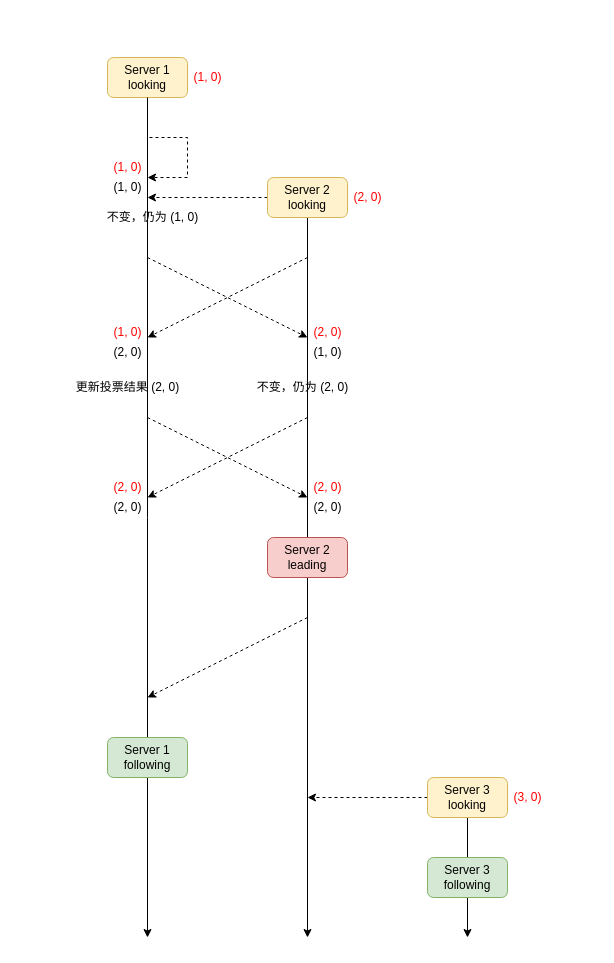
Before: develop-stack/bigdata/zookeeper/zookeeper_elector_new.drawio in sciatta/draw, a draw.io diagram. Source tidied: cells renumbered, new cells numbered last; positions are measured from the earlier drawing's top-left corner, leaving out a move shared by most shapes. Both pictures are drawn from the tidied source at 100%, with x=0, y=0 at pixel (67, 57).
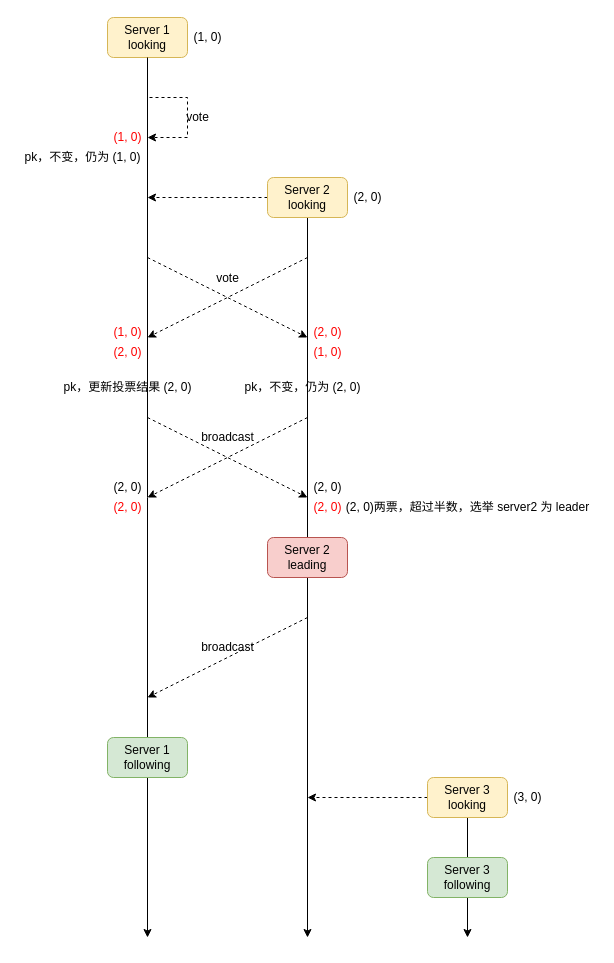
The same page after the edit.

Commit message:
zookeeper elector new review

Diff of the diagram source:
```diff
@@
-    <mxCell id="2" style="edgeStyle=orthogonalEdgeStyle;rounded=0;orthogonalLoop=1;jettySize=auto;html=1;dashed=1;" parent="1" edge="1">
+    <mxCell id="2" style="edgeStyle=orthogonalEdgeStyle;rounded=0;orthogonalLoop=1;jettySize=auto;html=1;dashed=1;fontColor=#000000;" parent="1" edge="1">
       <mxGeometry relative="1" as="geometry">
-        <mxPoint x="80" y="90" as="sourcePoint" />
-        <mxPoint x="80" y="120" as="targetPoint" />
+        <mxPoint x="80" y="50" as="sourcePoint" />
+        <mxPoint x="80" y="80" as="targetPoint" />
         <Array as="points">
-          <mxPoint x="80" y="80" />
+          <mxPoint x="80" y="40" />
+          <mxPoint x="120" y="40" />
           <mxPoint x="120" y="80" />
-          <mxPoint x="120" y="120" />
         </Array>
       </mxGeometry>
     </mxCell>
-    <mxCell id="3" value="Server 1&lt;br&gt;looking" style="rounded=1;whiteSpace=wrap;html=1;fillColor=#fff2cc;strokeColor=#d6b656;" parent="1" vertex="1">
-      <mxGeometry x="40" width="80" height="40" as="geometry" />
+    <mxCell id="3" value="Server 1&lt;br&gt;looking" style="rounded=1;whiteSpace=wrap;html=1;fillColor=#fff2cc;strokeColor=#d6b656;fontColor=#000000;" parent="1" vertex="1">
+      <mxGeometry x="40" y="-40" width="80" height="40" as="geometry" />
     </mxCell>
-    <mxCell id="4" style="edgeStyle=orthogonalEdgeStyle;rounded=0;jettySize=auto;html=1;" parent="1" edge="1" source="6">
+    <mxCell id="4" style="edgeStyle=orthogonalEdgeStyle;rounded=0;jettySize=auto;html=1;fontColor=#000000;" parent="1" edge="1" source="6">
       <mxGeometry relative="1" as="geometry">
         <mxPoint x="240" y="880" as="targetPoint" />
       </mxGeometry>
     </mxCell>
-    <mxCell id="5" style="edgeStyle=orthogonalEdgeStyle;rounded=0;jettySize=auto;html=1;fontColor=#FF0000;dashed=1;" parent="1" edge="1" source="6">
+    <mxCell id="5" style="edgeStyle=orthogonalEdgeStyle;rounded=0;jettySize=auto;html=1;fontColor=#000000;dashed=1;" parent="1" edge="1" source="6">
       <mxGeometry relative="1" as="geometry">
         <mxPoint x="80" y="140" as="targetPoint" />
       </mxGeometry>
     </mxCell>
-    <mxCell id="6" value="Server 2&lt;br&gt;looking" style="rounded=1;whiteSpace=wrap;html=1;fillColor=#fff2cc;strokeColor=#d6b656;" parent="1" vertex="1">
+    <mxCell id="6" value="Server 2&lt;br&gt;looking" style="rounded=1;whiteSpace=wrap;html=1;fillColor=#fff2cc;strokeColor=#d6b656;fontColor=#000000;" parent="1" vertex="1">
       <mxGeometry x="200" y="120" width="80" height="40" as="geometry" />
     </mxCell>
-    <mxCell id="7" style="edgeStyle=orthogonalEdgeStyle;rounded=0;jettySize=auto;html=1;fontColor=#FF0000;" parent="1" edge="1" source="9">
+    <mxCell id="7" style="edgeStyle=orthogonalEdgeStyle;rounded=0;jettySize=auto;html=1;fontColor=#000000;" parent="1" edge="1" source="9">
       <mxGeometry relative="1" as="geometry">
         <mxPoint x="400" y="880" as="targetPoint" />
       </mxGeometry>
     </mxCell>
-    <mxCell id="8" style="edgeStyle=orthogonalEdgeStyle;rounded=0;jettySize=auto;html=1;dashed=1;fontColor=#FF0000;" parent="1" edge="1" source="9">
+    <mxCell id="8" style="edgeStyle=orthogonalEdgeStyle;rounded=0;jettySize=auto;html=1;dashed=1;fontColor=#000000;" parent="1" edge="1" source="9">
       <mxGeometry relative="1" as="geometry">
         <mxPoint x="240" y="740" as="targetPoint" />
       </mxGeometry>
     </mxCell>
-    <mxCell id="9" value="Server 3&lt;br&gt;looking" style="rounded=1;whiteSpace=wrap;html=1;fillColor=#fff2cc;strokeColor=#d6b656;" parent="1" vertex="1">
+    <mxCell id="9" value="Server 3&lt;br&gt;looking" style="rounded=1;whiteSpace=wrap;html=1;fillColor=#fff2cc;strokeColor=#d6b656;fontColor=#000000;" parent="1" vertex="1">
       <mxGeometry x="360" y="720" width="80" height="40" as="geometry" />
     </mxCell>
-    <mxCell id="10" value="(1, 0)" style="text;html=1;align=center;verticalAlign=middle;fontColor=#FF0000;" parent="1" vertex="1">
-      <mxGeometry x="120" y="10" width="40" height="20" as="geometry" />
+    <mxCell id="10" value="(1, 0)" style="text;html=1;align=center;verticalAlign=middle;fontColor=#000000;" parent="1" vertex="1">
+      <mxGeometry x="120" y="-30" width="40" height="20" as="geometry" />
     </mxCell>
-    <mxCell id="11" value="(3, 0)" style="text;html=1;align=center;verticalAlign=middle;fontColor=#FF0000;" parent="1" vertex="1">
+    <mxCell id="11" value="(3, 0)" style="text;html=1;align=center;verticalAlign=middle;fontColor=#000000;" parent="1" vertex="1">
       <mxGeometry x="440" y="730" width="40" height="20" as="geometry" />
     </mxCell>
-    <mxCell id="12" value="(2, 0)" style="text;html=1;align=center;verticalAlign=middle;fontColor=#FF0000;" parent="1" vertex="1">
+    <mxCell id="12" value="(2, 0)" style="text;html=1;align=center;verticalAlign=middle;fontColor=#000000;" parent="1" vertex="1">
       <mxGeometry x="280" y="130" width="40" height="20" as="geometry" />
     </mxCell>
-    <mxCell id="13" style="endArrow=classic;html=1;dashed=1;" parent="1" edge="1">
+    <mxCell id="13" style="endArrow=classic;html=1;dashed=1;fontColor=#000000;" parent="1" edge="1">
       <mxGeometry relative="1" as="geometry">
         <mxPoint x="240" y="200" as="sourcePoint" />
         <mxPoint x="80" y="280" as="targetPoint" />
       </mxGeometry>
     </mxCell>
-    <mxCell id="14" style="endArrow=classic;html=1;dashed=1;" parent="1" edge="1">
+    <mxCell id="14" style="endArrow=classic;html=1;dashed=1;fontColor=#000000;" parent="1" edge="1">
       <mxGeometry relative="1" as="geometry">
         <mxPoint x="80" y="200" as="sourcePoint" />
         <mxPoint x="240" y="280" as="targetPoint" />
       </mxGeometry>
     </mxCell>
@@
-    <mxCell id="17" value="更新投票结果 (2, 0)" style="text;html=1;align=center;verticalAlign=middle;" parent="1" vertex="1">
-      <mxGeometry y="320" width="120" height="20" as="geometry" />
+    <mxCell id="17" value="pk，更新投票结果 (2, 0)" style="text;html=1;align=center;verticalAlign=middle;fontColor=#000000;" parent="1" vertex="1">
+      <mxGeometry x="-10" y="320" width="140" height="20" as="geometry" />
     </mxCell>
-    <mxCell id="18" value="(2, 0)" style="text;html=1;align=center;verticalAlign=middle;" parent="1" vertex="1">
+    <mxCell id="18" value="(2, 0)" style="text;html=1;align=center;verticalAlign=middle;fontColor=#FF0000;" parent="1" vertex="1">
       <mxGeometry x="40" y="285" width="40" height="20" as="geometry" />
     </mxCell>
-    <mxCell id="19" value="(1, 0)" style="text;html=1;align=center;verticalAlign=middle;" parent="1" vertex="1">
+    <mxCell id="19" value="(1, 0)" style="text;html=1;align=center;verticalAlign=middle;fontColor=#FF0000;" parent="1" vertex="1">
       <mxGeometry x="240" y="285" width="40" height="20" as="geometry" />
     </mxCell>
-    <mxCell id="20" value="不变，仍为 (2, 0)" style="text;html=1;align=center;verticalAlign=middle;fontColor=#000000;" parent="1" vertex="1">
-      <mxGeometry x="180" y="320" width="110" height="20" as="geometry" />
+    <mxCell id="20" value="pk，不变，仍为 (2, 0)" style="text;html=1;align=center;verticalAlign=middle;fontColor=#000000;" parent="1" vertex="1">
+      <mxGeometry x="170" y="320" width="130" height="20" as="geometry" />
     </mxCell>
-    <mxCell id="21" style="endArrow=classic;html=1;dashed=1;" parent="1" edge="1">
+    <mxCell id="21" style="endArrow=classic;html=1;dashed=1;fontColor=#000000;" parent="1" edge="1">
       <mxGeometry relative="1" as="geometry">
         <mxPoint x="80" y="360" as="sourcePoint" />
         <mxPoint x="240" y="440" as="targetPoint" />
       </mxGeometry>
     </mxCell>
-    <mxCell id="22" style="endArrow=classic;html=1;dashed=1;" parent="1" edge="1">
+    <mxCell id="22" style="endArrow=classic;html=1;dashed=1;fontColor=#000000;" parent="1" edge="1">
       <mxGeometry relative="1" as="geometry">
         <mxPoint x="240" y="360" as="sourcePoint" />
         <mxPoint x="80" y="440" as="targetPoint" />
       </mxGeometry>
     </mxCell>
-    <mxCell id="23" value="(2, 0)" style="text;html=1;align=center;verticalAlign=middle;fontColor=#FF0000;" parent="1" vertex="1">
+    <mxCell id="23" value="(2, 0)" style="text;html=1;align=center;verticalAlign=middle;fontColor=#000000;" parent="1" vertex="1">
       <mxGeometry x="40" y="420" width="40" height="20" as="geometry" />
     </mxCell>
-    <mxCell id="24" value="(2, 0)" style="text;html=1;align=center;verticalAlign=middle;" parent="1" vertex="1">
+    <mxCell id="24" value="(2, 0)" style="text;html=1;align=center;verticalAlign=middle;fontColor=#FF0000;" parent="1" vertex="1">
       <mxGeometry x="40" y="440" width="40" height="20" as="geometry" />
     </mxCell>
-    <mxCell id="25" value="(2, 0)" style="text;html=1;align=center;verticalAlign=middle;" parent="1" vertex="1">
+    <mxCell id="25" value="(2, 0)" style="text;html=1;align=center;verticalAlign=middle;fontColor=#FF0000;" parent="1" vertex="1">
       <mxGeometry x="240" y="440" width="40" height="20" as="geometry" />
     </mxCell>
-    <mxCell id="26" value="(2, 0)" style="text;html=1;align=center;verticalAlign=middle;fontColor=#FF0000;" parent="1" vertex="1">
+    <mxCell id="26" value="(2, 0)" style="text;html=1;align=center;verticalAlign=middle;fontColor=#000000;" parent="1" vertex="1">
       <mxGeometry x="240" y="420" width="40" height="20" as="geometry" />
     </mxCell>
     <mxCell id="27" value="(1, 0)" style="text;html=1;align=center;verticalAlign=middle;fontColor=#FF0000;" parent="1" vertex="1">
-      <mxGeometry x="40" y="100" width="40" height="20" as="geometry" />
+      <mxGeometry x="40" y="70" width="40" height="20" as="geometry" />
     </mxCell>
-    <mxCell id="28" value="(1, 0)" style="text;html=1;align=center;verticalAlign=middle;" parent="1" vertex="1">
-      <mxGeometry x="40" y="120" width="40" height="20" as="geometry" />
-    </mxCell>
-    <mxCell id="29" value="不变，仍为 (1, 0)" style="text;html=1;align=center;verticalAlign=middle;fontColor=#000000;" parent="1" vertex="1">
-      <mxGeometry x="30" y="150" width="110" height="20" as="geometry" />
+    <mxCell id="29" value="pk，不变，仍为 (1, 0)" style="text;html=1;align=center;verticalAlign=middle;fontColor=#000000;" parent="1" vertex="1">
+      <mxGeometry x="-50" y="90" width="130" height="20" as="geometry" />
     </mxCell>
-    <mxCell id="30" value="Server 2&lt;br&gt;leading" style="rounded=1;whiteSpace=wrap;html=1;fillColor=#f8cecc;strokeColor=#b85450;" parent="1" vertex="1">
+    <mxCell id="30" value="Server 2&lt;br&gt;leading" style="rounded=1;whiteSpace=wrap;html=1;fillColor=#f8cecc;strokeColor=#b85450;fontColor=#000000;" parent="1" vertex="1">
       <mxGeometry x="200" y="480" width="80" height="40" as="geometry" />
     </mxCell>
-    <mxCell id="31" style="endArrow=classic;html=1;dashed=1;" parent="1" edge="1">
+    <mxCell id="31" style="endArrow=classic;html=1;dashed=1;fontColor=#000000;" parent="1" edge="1">
       <mxGeometry relative="1" as="geometry">
         <mxPoint x="240" y="560" as="sourcePoint" />
         <mxPoint x="80" y="640" as="targetPoint" />
       </mxGeometry>
     </mxCell>
-    <mxCell id="32" style="edgeStyle=orthogonalEdgeStyle;rounded=0;jettySize=auto;html=1;" parent="1" edge="1" source="3">
+    <mxCell id="32" style="edgeStyle=orthogonalEdgeStyle;rounded=0;jettySize=auto;html=1;fontColor=#000000;" parent="1" edge="1" source="3">
       <mxGeometry relative="1" as="geometry">
         <mxPoint x="80" y="880" as="targetPoint" />
       </mxGeometry>
     </mxCell>
-    <mxCell id="33" value="Server 1&lt;br&gt;following" style="rounded=1;whiteSpace=wrap;html=1;fillColor=#d5e8d4;strokeColor=#82b366;" parent="1" vertex="1">
+    <mxCell id="33" value="Server 1&lt;br&gt;following" style="rounded=1;whiteSpace=wrap;html=1;fillColor=#d5e8d4;strokeColor=#82b366;fontColor=#000000;" parent="1" vertex="1">
       <mxGeometry x="40" y="680" width="80" height="40" as="geometry" />
     </mxCell>
-    <mxCell id="34" value="Server 3&lt;br&gt;following" style="rounded=1;whiteSpace=wrap;html=1;fillColor=#d5e8d4;strokeColor=#82b366;" parent="1" vertex="1">
+    <mxCell id="34" value="Server 3&lt;br&gt;following" style="rounded=1;whiteSpace=wrap;html=1;fillColor=#d5e8d4;strokeColor=#82b366;fontColor=#000000;" parent="1" vertex="1">
       <mxGeometry x="360" y="800" width="80" height="40" as="geometry" />
     </mxCell>
+    <mxCell id="35" value="vote" style="text;html=1;align=center;verticalAlign=middle;fontColor=#000000;" parent="1" vertex="1">
+      <mxGeometry x="110" y="50" width="40" height="20" as="geometry" />
+    </mxCell>
+    <mxCell id="36" value="vote" style="text;html=1;align=center;verticalAlign=middle;fontColor=#000000;" parent="1" vertex="1">
+      <mxGeometry x="140" y="211" width="40" height="20" as="geometry" />
+    </mxCell>
+    <mxCell id="37" value="broadcast" style="text;html=1;align=center;verticalAlign=middle;fontColor=#000000;" parent="1" vertex="1">
+      <mxGeometry x="125" y="370" width="70" height="20" as="geometry" />
+    </mxCell>
+    <mxCell id="38" value="(2, 0)两票，超过半数，选举 server2 为 leader" style="text;html=1;align=center;verticalAlign=middle;fontColor=#000000;" parent="1" vertex="1">
+      <mxGeometry x="270" y="440" width="260" height="20" as="geometry" />
+    </mxCell>
+    <mxCell id="39" value="broadcast" style="text;html=1;align=center;verticalAlign=middle;fontColor=#000000;" parent="1" vertex="1">
+      <mxGeometry x="125" y="580" width="70" height="20" as="geometry" />
+    </mxCell>
```
